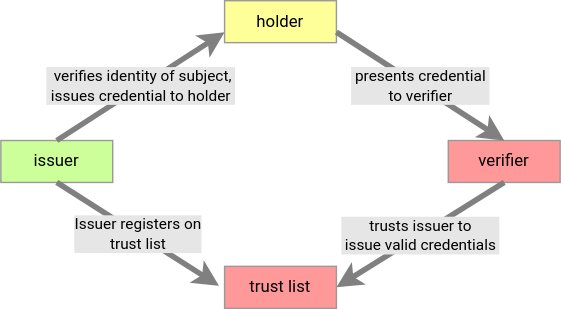
Earlier version of the draw.io export docs/modules/ROOT/images/trust-model/basic-trust-diamond.drawio.svg (creator-assertions/identity-assertion). Source tidied: cells renumbered, new cells last; positions are measured from the earlier drawing's top-left corner, leaving out a move shared by most shapes.
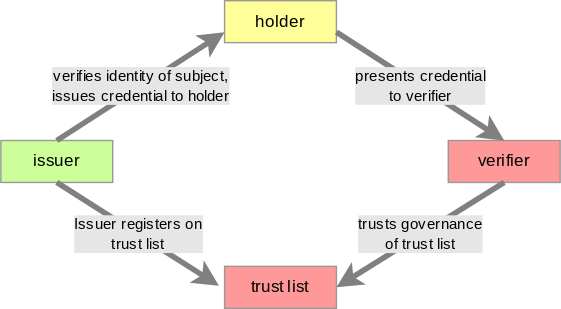
After the commit.

Commit message:
Update surrounding text and remove trust triangle diagram

Diff of the diagram source:
```diff
@@ -17,7 +17,7 @@
     <mxCell id="6" value="&amp;nbsp;presents credential&amp;nbsp;&lt;br&gt;to verifier" style="endArrow=none;html=1;fontColor=#000000;entryX=1;entryY=0.75;entryDx=0;entryDy=0;exitX=0.5;exitY=0;exitDx=0;exitDy=0;strokeColor=#808080;strokeWidth=4;labelBackgroundColor=#E6E6E6;spacingTop=4;spacing=6;spacingLeft=4;spacingBottom=4;spacingRight=4;fontFamily=Roboto;fontSource=https%3A%2F%2Ffonts.googleapis.com%2Fcss%3Ffamily%3DRoboto;labelBorderColor=none;comic=0;fixDash=0;endFill=0;startArrow=classic;startFill=1;" parent="1" edge="1" source="3" target="4">
       <mxGeometry relative="1" as="geometry" />
     </mxCell>
-    <mxCell id="7" value="trusts issuer to&lt;br&gt;&amp;nbsp;issue valid credentials&amp;nbsp;" style="endArrow=none;html=1;fontColor=#000000;entryX=0.5;entryY=1;entryDx=0;entryDy=0;exitX=1;exitY=0.5;exitDx=0;exitDy=0;strokeColor=#808080;strokeWidth=4;labelBackgroundColor=#E6E6E6;spacingTop=4;spacing=6;spacingLeft=4;spacingBottom=4;spacingRight=4;fontFamily=Roboto;fontSource=https%3A%2F%2Ffonts.googleapis.com%2Fcss%3Ffamily%3DRoboto;labelBorderColor=none;comic=0;fixDash=0;startArrow=classic;startFill=1;endFill=0;" parent="1" edge="1" source="8" target="3">
+    <mxCell id="7" value="trusts governance&lt;br&gt;of trust list" style="endArrow=none;html=1;fontColor=#000000;entryX=0.5;entryY=1;entryDx=0;entryDy=0;exitX=1;exitY=0.5;exitDx=0;exitDy=0;strokeColor=#808080;strokeWidth=4;labelBackgroundColor=#E6E6E6;spacingTop=4;spacing=6;spacingLeft=4;spacingBottom=4;spacingRight=4;fontFamily=Roboto;fontSource=https%3A%2F%2Ffonts.googleapis.com%2Fcss%3Ffamily%3DRoboto;labelBorderColor=none;comic=0;fixDash=0;startArrow=classic;startFill=1;endFill=0;" parent="1" edge="1" source="8" target="3">
       <mxGeometry relative="1" as="geometry" />
     </mxCell>
     <mxCell id="8" value="trust list" style="shape=ext;double=0;rounded=0;whiteSpace=wrap;html=1;fillColor=#FF9999;fontColor=#000000;strokeColor=#999999;fontFamily=Roboto;fontSource=https%3A%2F%2Ffonts.googleapis.com%2Fcss%3Ffamily%3DRoboto;" parent="1" vertex="1">
```
